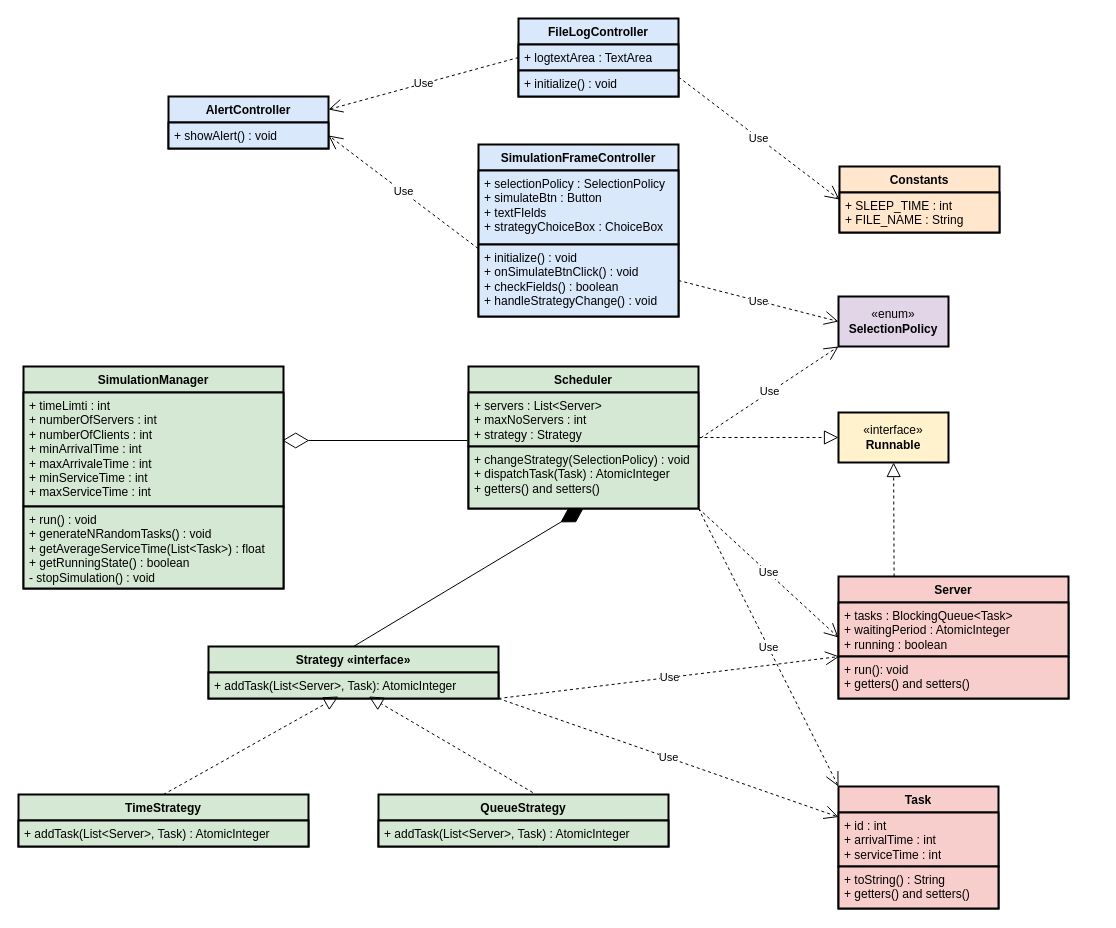
Above: diagrams/classDiagram.drawio in tudy0406/Queues-Management-Application (draw.io), before the change. Source tidied: cells renumbered, new cells numbered last; positions are measured from the earlier drawing's top-left corner, leaving out a move shared by most shapes. Both pictures are drawn from the tidied source at 100%, with x=0, y=0 at pixel (18, 18).
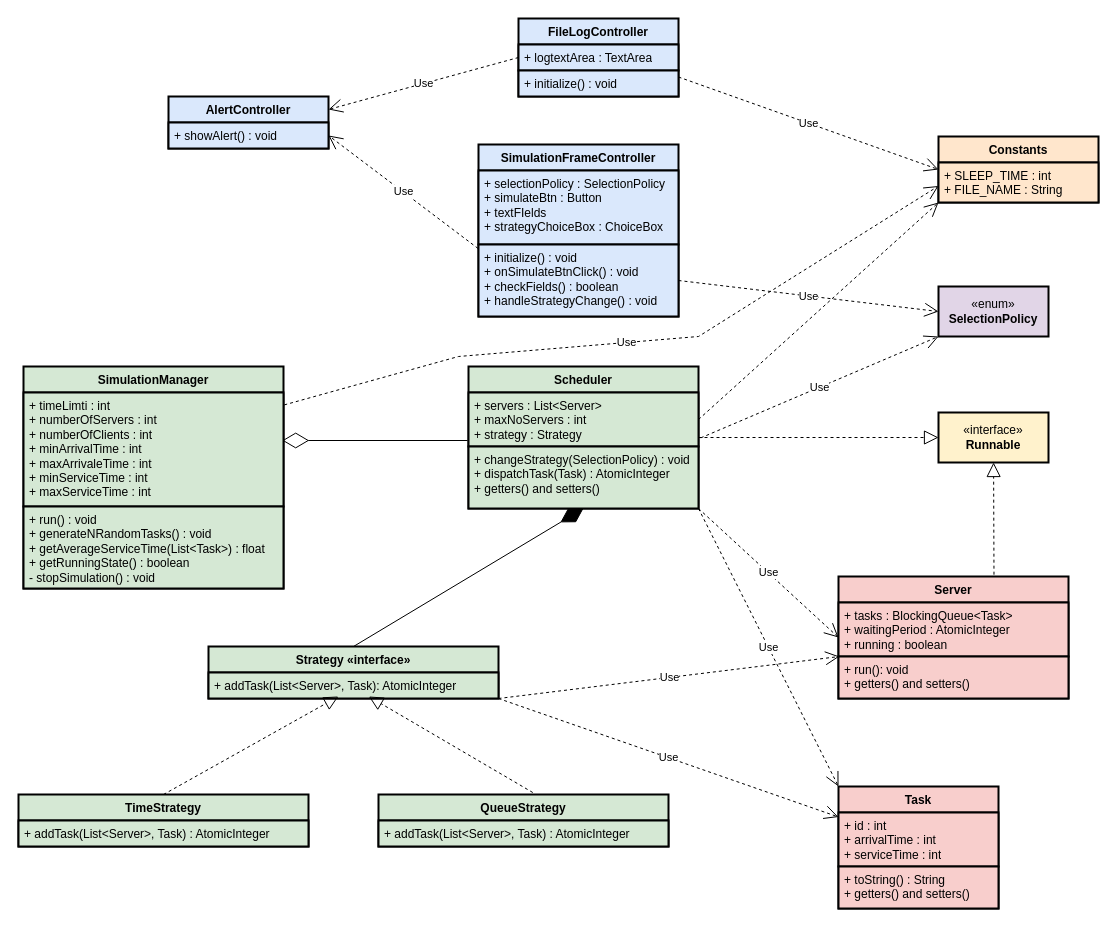
Above is the later version.

Commit message:
corrected class diagram

Unchanged cells that the change refers to:
```xml
<mxCell id="2" value="Server" style="swimlane;fontStyle=1;align=center;verticalAlign=top;horizontal=1;startSize=26;whiteSpace=wrap;html=1;fillColor=#f8cecc;strokeColor=light-dark(#000000, #d7817e);strokeWidth=2;" parent="1" vertex="1">
  <mxGeometry x="820" y="558" width="230" height="122" as="geometry" />
</mxCell>
<mxCell id="22" value="SimulationManager" style="swimlane;fontStyle=1;align=center;verticalAlign=top;horizontal=1;startSize=26;whiteSpace=wrap;html=1;fillColor=#d5e8d4;strokeColor=#000000;strokeWidth=2;" parent="1" vertex="1">
  <mxGeometry x="5" y="348" width="260" height="222" as="geometry" />
</mxCell>
<mxCell id="27" value="Scheduler" style="swimlane;fontStyle=1;align=center;verticalAlign=top;horizontal=1;startSize=26;whiteSpace=wrap;html=1;fillColor=#d5e8d4;strokeColor=default;strokeWidth=2;" parent="1" vertex="1">
  <mxGeometry x="450" y="348" width="230" height="142" as="geometry" />
</mxCell>
<mxCell id="28" value="&lt;div&gt;+ servers : List&amp;lt;Server&amp;gt;&lt;/div&gt;&lt;div&gt;+ maxNoServers : int&lt;/div&gt;&lt;div&gt;+ strategy : Strategy&lt;/div&gt;" style="text;strokeColor=default;fillColor=#d5e8d4;align=left;verticalAlign=top;spacingLeft=4;spacingRight=4;overflow=hidden;points=[[0,0.5],[1,0.5]];portConstraint=eastwest;whiteSpace=wrap;html=1;strokeWidth=2;" parent="27" vertex="1">
  <mxGeometry y="26" width="230" height="54" as="geometry" />
</mxCell>
```

Diff of the diagram source:
```diff
@@
     <mxCell id="16" value="Constants" style="swimlane;fontStyle=1;align=center;verticalAlign=top;horizontal=1;startSize=26;whiteSpace=wrap;html=1;fillColor=#ffe6cc;strokeColor=light-dark(#000000, #996500);strokeWidth=2;" parent="1" vertex="1">
-      <mxGeometry x="821" y="148" width="160" height="66" as="geometry" />
+      <mxGeometry x="920" y="118" width="160" height="66" as="geometry" />
     </mxCell>
@@
+    <mxCell id="47" value="Use" style="endArrow=open;endSize=12;dashed=1;html=1;rounded=0;entryX=0;entryY=0.75;entryDx=0;entryDy=0;" parent="22" edge="1" target="16">
+      <mxGeometry relative="1" as="geometry">
+        <mxPoint x="255" y="40" as="sourcePoint" />
+        <Array as="points">
+          <mxPoint x="435" y="-10" />
+          <mxPoint x="675" y="-30" />
+        </Array>
+      </mxGeometry>
+    </mxCell>
@@
     <mxCell id="30" value="«interface»&lt;br&gt;&lt;b&gt;Runnable&lt;/b&gt;" style="html=1;whiteSpace=wrap;fillColor=#fff2cc;strokeColor=light-dark(#000000, #6d5100);strokeWidth=2;" parent="1" vertex="1">
-      <mxGeometry x="820" y="394" width="110" height="50" as="geometry" />
+      <mxGeometry x="920" y="394" width="110" height="50" as="geometry" />
     </mxCell>
     <mxCell id="31" value="«enum»&lt;br&gt;&lt;b&gt;SelectionPolicy&lt;/b&gt;" style="html=1;whiteSpace=wrap;fillColor=#e1d5e7;strokeColor=light-dark(#000000, #9577a3);strokeWidth=2;" parent="1" vertex="1">
-      <mxGeometry x="820" y="278" width="110" height="50" as="geometry" />
+      <mxGeometry x="920" y="268" width="110" height="50" as="geometry" />
     </mxCell>
@@
-    <mxCell id="40" style="endArrow=block;dashed=1;endFill=0;endSize=12;html=1;rounded=0;exitX=0.404;exitY=0;exitDx=0;exitDy=0;exitPerimeter=0;" parent="1" edge="1" target="30">
-      <mxGeometry relative="1" as="geometry">
-        <mxPoint x="875.6" y="558" as="sourcePoint" />
-      </mxGeometry>
+    <mxCell id="40" style="endArrow=block;dashed=1;endFill=0;endSize=12;html=1;rounded=0;exitX=0.676;exitY=-0.015;exitDx=0;exitDy=0;exitPerimeter=0;" parent="1" edge="1" source="2" target="30">
+      <mxGeometry relative="1" as="geometry" />
     </mxCell>
-    <mxCell id="41" style="endArrow=block;dashed=1;endFill=0;endSize=12;html=1;rounded=0;exitX=1;exitY=0.5;exitDx=0;exitDy=0;entryX=0;entryY=0.5;entryDx=0;entryDy=0;" parent="1" edge="1" source="27" target="30">
-      <mxGeometry relative="1" as="geometry" />
+    <mxCell id="41" style="endArrow=block;dashed=1;endFill=0;endSize=12;html=1;rounded=0;entryX=0;entryY=0.5;entryDx=0;entryDy=0;" parent="1" edge="1" target="30">
+      <mxGeometry relative="1" as="geometry">
+        <mxPoint x="680" y="419" as="sourcePoint" />
+      </mxGeometry>
     </mxCell>
@@
+    <mxCell id="48" style="endArrow=open;endSize=12;dashed=1;html=1;rounded=0;exitX=1;exitY=0.5;exitDx=0;exitDy=0;entryX=0;entryY=1;entryDx=0;entryDy=0;" parent="1" edge="1" source="28" target="16">
+      <mxGeometry relative="1" as="geometry" />
+    </mxCell>
```
